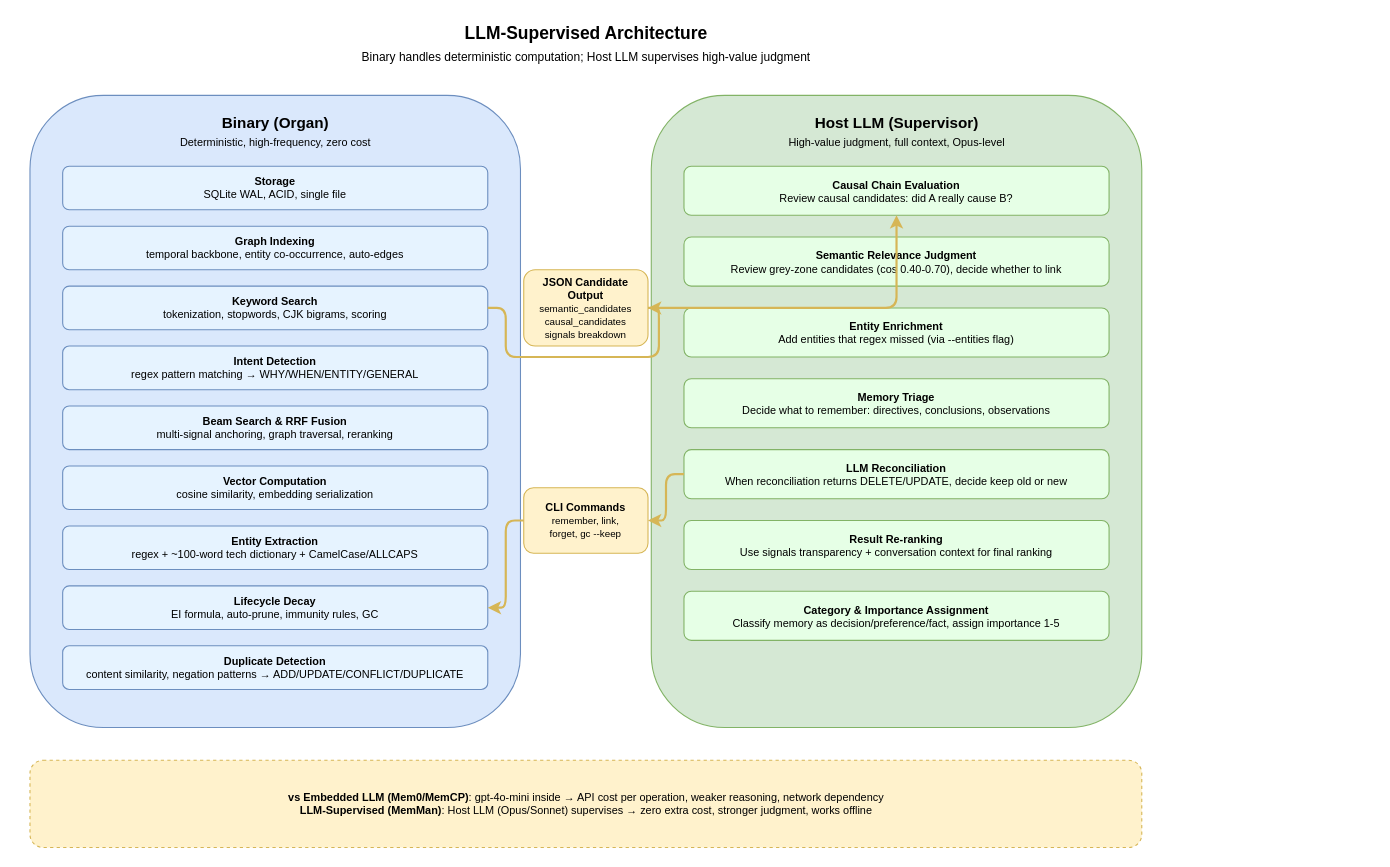
Earlier version of the draw.io diagram docs/diagrams/05-llm-supervised.drawio (bissli/memman). Source tidied: cells renumbered, new cells numbered last; positions are measured from the earlier drawing's top-left corner, leaving out a move shared by most shapes. Both pictures are drawn from the tidied source at 109%, with x=0, y=0 at pixel (29, 19).
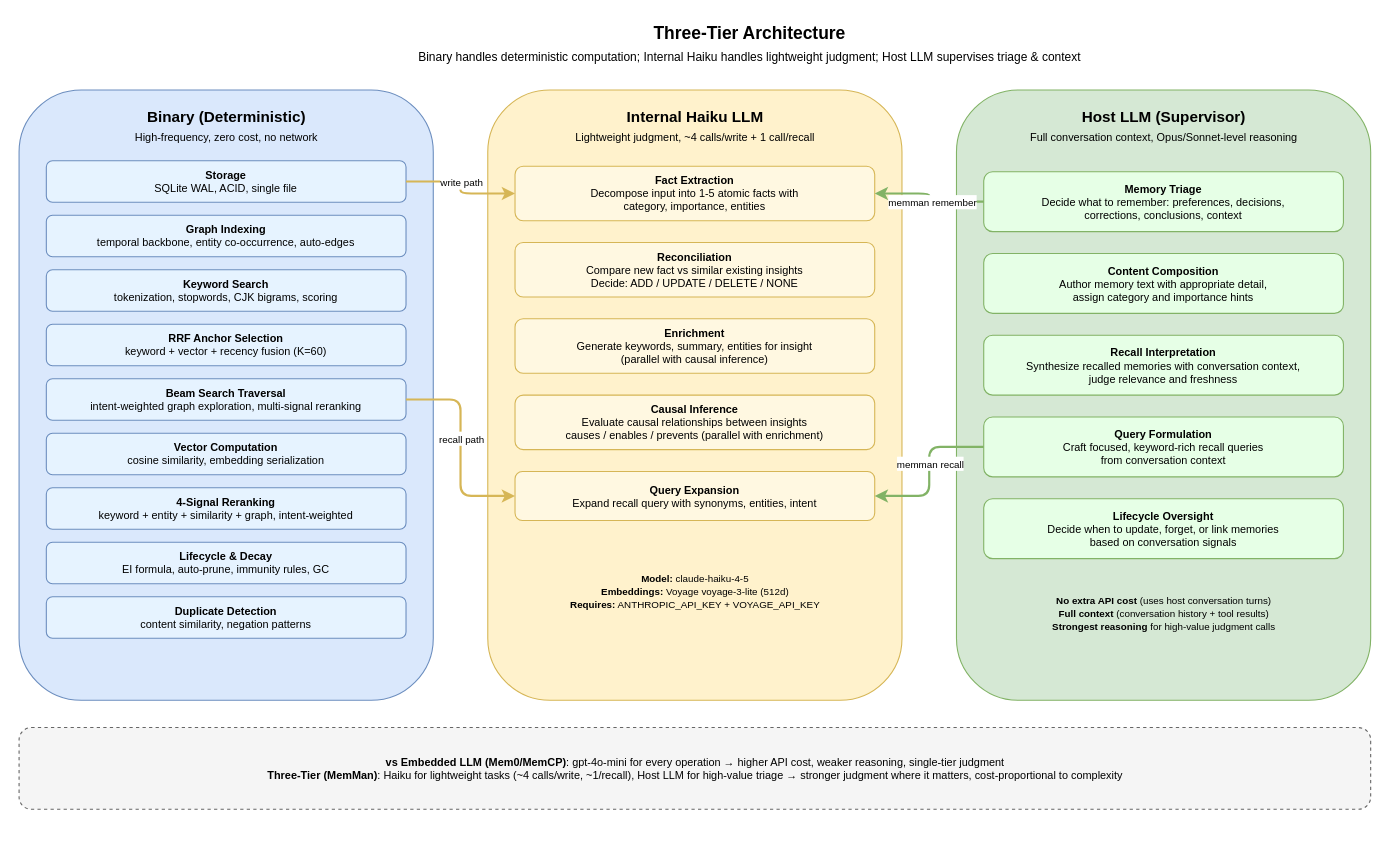
The same diagram, later.

Commit message (it also covers changes not shown here):
Update diagram output

Change to the diagram source:
```diff
@@
-    <mxCell id="2" value="&lt;b&gt;LLM-Supervised Architecture&lt;/b&gt;&lt;br&gt;&lt;font style=&quot;font-size:11px&quot;&gt;Binary handles deterministic computation; Host LLM supervises high-value judgment&lt;/font&gt;" style="text;html=1;align=center;verticalAlign=middle;fontSize=16;strokeColor=none;fillColor=none;" parent="1" vertex="1">
-      <mxGeometry x="210" width="600" height="45" as="geometry" />
-    </mxCell>
-    <mxCell id="3" style="rounded=1;whiteSpace=wrap;html=1;fillColor=#dae8fc;strokeColor=#6c8ebf;verticalAlign=top;fontSize=11;" parent="1" vertex="1">
-      <mxGeometry y="70" width="450" height="580" as="geometry" />
-    </mxCell>
-    <mxCell id="4" value="&lt;b&gt;Binary (Organ)&lt;/b&gt;&lt;br&gt;&lt;font style=&quot;font-size:10px&quot;&gt;Deterministic, high-frequency, zero cost&lt;/font&gt;" style="text;html=1;align=center;fontSize=14;fillColor=none;strokeColor=none;" parent="1" vertex="1">
-      <mxGeometry x="60" y="80" width="330" height="40" as="geometry" />
-    </mxCell>
+    <mxCell id="31" value="&lt;b&gt;Three-Tier Architecture&lt;/b&gt;&lt;br&gt;&lt;font style=&quot;font-size:11px&quot;&gt;Binary handles deterministic computation; Internal Haiku handles lightweight judgment; Host LLM supervises triage &amp;amp; context&lt;/font&gt;" style="text;html=1;align=center;verticalAlign=middle;fontSize=16;strokeColor=none;fillColor=none;" parent="1" vertex="1">
+      <mxGeometry x="110" width="1100" height="45" as="geometry" />
+    </mxCell>
+    <mxCell id="32" style="rounded=1;whiteSpace=wrap;html=1;fillColor=#dae8fc;strokeColor=#6c8ebf;verticalAlign=top;fontSize=11;" parent="1" vertex="1">
+      <mxGeometry x="-10" y="65" width="380" height="560" as="geometry" />
+    </mxCell>
+    <mxCell id="33" value="&lt;b&gt;Binary (Deterministic)&lt;/b&gt;&lt;br&gt;&lt;font style=&quot;font-size:10px&quot;&gt;High-frequency, zero cost, no network&lt;/font&gt;" style="text;html=1;align=center;fontSize=14;fillColor=none;strokeColor=none;" parent="1" vertex="1">
+      <mxGeometry x="15" y="75" width="330" height="40" as="geometry" />
+    </mxCell>
     <mxCell id="5" value="&lt;b&gt;Storage&lt;/b&gt;&lt;br&gt;SQLite WAL, ACID, single file" style="rounded=1;whiteSpace=wrap;html=1;fillColor=#E6F3FF;strokeColor=#6c8ebf;fontSize=10;" parent="1" vertex="1">
-      <mxGeometry x="30" y="135" width="390" height="40" as="geometry" />
+      <mxGeometry x="15" y="130" width="330" height="38" as="geometry" />
     </mxCell>
     <mxCell id="6" value="&lt;b&gt;Graph Indexing&lt;/b&gt;&lt;br&gt;temporal backbone, entity co-occurrence, auto-edges" style="rounded=1;whiteSpace=wrap;html=1;fillColor=#E6F3FF;strokeColor=#6c8ebf;fontSize=10;" parent="1" vertex="1">
-      <mxGeometry x="30" y="190" width="390" height="40" as="geometry" />
+      <mxGeometry x="15" y="180" width="330" height="38" as="geometry" />
     </mxCell>
     <mxCell id="7" value="&lt;b&gt;Keyword Search&lt;/b&gt;&lt;br&gt;tokenization, stopwords, CJK bigrams, scoring" style="rounded=1;whiteSpace=wrap;html=1;fillColor=#E6F3FF;strokeColor=#6c8ebf;fontSize=10;" parent="1" vertex="1">
-      <mxGeometry x="30" y="245" width="390" height="40" as="geometry" />
+      <mxGeometry x="15" y="230" width="330" height="38" as="geometry" />
     </mxCell>
-    <mxCell id="8" value="&lt;b&gt;Intent Detection&lt;/b&gt;&lt;br&gt;regex pattern matching → WHY/WHEN/ENTITY/GENERAL" style="rounded=1;whiteSpace=wrap;html=1;fillColor=#E6F3FF;strokeColor=#6c8ebf;fontSize=10;" parent="1" vertex="1">
-      <mxGeometry x="30" y="300" width="390" height="40" as="geometry" />
-    </mxCell>
-    <mxCell id="9" value="&lt;b&gt;Beam Search &amp; RRF Fusion&lt;/b&gt;&lt;br&gt;multi-signal anchoring, graph traversal, reranking" style="rounded=1;whiteSpace=wrap;html=1;fillColor=#E6F3FF;strokeColor=#6c8ebf;fontSize=10;" parent="1" vertex="1">
-      <mxGeometry x="30" y="355" width="390" height="40" as="geometry" />
-    </mxCell>
+    <mxCell id="34" value="&lt;b&gt;RRF Anchor Selection&lt;/b&gt;&lt;br&gt;keyword + vector + recency fusion (K=60)" style="rounded=1;whiteSpace=wrap;html=1;fillColor=#E6F3FF;strokeColor=#6c8ebf;fontSize=10;" parent="1" vertex="1">
+      <mxGeometry x="15" y="280" width="330" height="38" as="geometry" />
+    </mxCell>
+    <mxCell id="35" value="&lt;b&gt;Beam Search Traversal&lt;/b&gt;&lt;br&gt;intent-weighted graph exploration, multi-signal reranking" style="rounded=1;whiteSpace=wrap;html=1;fillColor=#E6F3FF;strokeColor=#6c8ebf;fontSize=10;" parent="1" vertex="1">
+      <mxGeometry x="15" y="330" width="330" height="38" as="geometry" />
+    </mxCell>
     <mxCell id="10" value="&lt;b&gt;Vector Computation&lt;/b&gt;&lt;br&gt;cosine similarity, embedding serialization" style="rounded=1;whiteSpace=wrap;html=1;fillColor=#E6F3FF;strokeColor=#6c8ebf;fontSize=10;" parent="1" vertex="1">
-      <mxGeometry x="30" y="410" width="390" height="40" as="geometry" />
+      <mxGeometry x="15" y="380" width="330" height="38" as="geometry" />
     </mxCell>
-    <mxCell id="11" value="&lt;b&gt;Entity Extraction&lt;/b&gt;&lt;br&gt;regex + ~100-word tech dictionary + CamelCase/ALLCAPS" style="rounded=1;whiteSpace=wrap;html=1;fillColor=#E6F3FF;strokeColor=#6c8ebf;fontSize=10;" parent="1" vertex="1">
-      <mxGeometry x="30" y="465" width="390" height="40" as="geometry" />
-    </mxCell>
-    <mxCell id="12" value="&lt;b&gt;Lifecycle Decay&lt;/b&gt;&lt;br&gt;EI formula, auto-prune, immunity rules, GC" style="rounded=1;whiteSpace=wrap;html=1;fillColor=#E6F3FF;strokeColor=#6c8ebf;fontSize=10;" parent="1" vertex="1">
-      <mxGeometry x="30" y="520" width="390" height="40" as="geometry" />
-    </mxCell>
-    <mxCell id="13" value="&lt;b&gt;Duplicate Detection&lt;/b&gt;&lt;br&gt;content similarity, negation patterns → ADD/UPDATE/CONFLICT/DUPLICATE" style="rounded=1;whiteSpace=wrap;html=1;fillColor=#E6F3FF;strokeColor=#6c8ebf;fontSize=10;" parent="1" vertex="1">
-      <mxGeometry x="30" y="575" width="390" height="40" as="geometry" />
-    </mxCell>
-    <mxCell id="14" style="rounded=1;whiteSpace=wrap;html=1;fillColor=#d5e8d4;strokeColor=#82b366;verticalAlign=top;fontSize=11;" parent="1" vertex="1">
-      <mxGeometry x="570" y="70" width="450" height="580" as="geometry" />
-    </mxCell>
-    <mxCell id="15" value="&lt;b&gt;Host LLM (Supervisor)&lt;/b&gt;&lt;br&gt;&lt;font style=&quot;font-size:10px&quot;&gt;High-value judgment, full context, Opus-level&lt;/font&gt;" style="text;html=1;align=center;fontSize=14;fillColor=none;strokeColor=none;" parent="1" vertex="1">
-      <mxGeometry x="630" y="80" width="330" height="40" as="geometry" />
-    </mxCell>
-    <mxCell id="16" value="&lt;b&gt;Causal Chain Evaluation&lt;/b&gt;&lt;br&gt;Review causal candidates: did A really cause B?" style="rounded=1;whiteSpace=wrap;html=1;fillColor=#E6FFE6;strokeColor=#82b366;fontSize=10;" parent="1" vertex="1">
-      <mxGeometry x="600" y="135" width="390" height="45" as="geometry" />
-    </mxCell>
-    <mxCell id="17" value="&lt;b&gt;Semantic Relevance Judgment&lt;/b&gt;&lt;br&gt;Review grey-zone candidates (cos 0.40-0.70), decide whether to link" style="rounded=1;whiteSpace=wrap;html=1;fillColor=#E6FFE6;strokeColor=#82b366;fontSize=10;" parent="1" vertex="1">
-      <mxGeometry x="600" y="200" width="390" height="45" as="geometry" />
-    </mxCell>
-    <mxCell id="18" value="&lt;b&gt;Entity Enrichment&lt;/b&gt;&lt;br&gt;Add entities that regex missed (via --entities flag)" style="rounded=1;whiteSpace=wrap;html=1;fillColor=#E6FFE6;strokeColor=#82b366;fontSize=10;" parent="1" vertex="1">
-      <mxGeometry x="600" y="265" width="390" height="45" as="geometry" />
-    </mxCell>
-    <mxCell id="19" value="&lt;b&gt;Memory Triage&lt;/b&gt;&lt;br&gt;Decide what to remember: directives, conclusions, observations" style="rounded=1;whiteSpace=wrap;html=1;fillColor=#E6FFE6;strokeColor=#82b366;fontSize=10;" parent="1" vertex="1">
-      <mxGeometry x="600" y="330" width="390" height="45" as="geometry" />
-    </mxCell>
-    <mxCell id="20" value="&lt;b&gt;LLM Reconciliation&lt;/b&gt;&lt;br&gt;When reconciliation returns DELETE/UPDATE, decide keep old or new" style="rounded=1;whiteSpace=wrap;html=1;fillColor=#E6FFE6;strokeColor=#82b366;fontSize=10;" parent="1" vertex="1">
-      <mxGeometry x="600" y="395" width="390" height="45" as="geometry" />
-    </mxCell>
-    <mxCell id="21" value="&lt;b&gt;Result Re-ranking&lt;/b&gt;&lt;br&gt;Use signals transparency + conversation context for final ranking" style="rounded=1;whiteSpace=wrap;html=1;fillColor=#E6FFE6;strokeColor=#82b366;fontSize=10;" parent="1" vertex="1">
-      <mxGeometry x="600" y="460" width="390" height="45" as="geometry" />
-    </mxCell>
-    <mxCell id="22" value="&lt;b&gt;Category &amp; Importance Assignment&lt;/b&gt;&lt;br&gt;Classify memory as decision/preference/fact, assign importance 1-5" style="rounded=1;whiteSpace=wrap;html=1;fillColor=#E6FFE6;strokeColor=#82b366;fontSize=10;" parent="1" vertex="1">
-      <mxGeometry x="600" y="525" width="390" height="45" as="geometry" />
-    </mxCell>
-    <mxCell id="23" value="&lt;b&gt;JSON Candidate Output&lt;/b&gt;&lt;br&gt;&lt;font style=&quot;font-size:9px&quot;&gt;semantic_candidates&lt;br&gt;causal_candidates&lt;br&gt;signals breakdown&lt;/font&gt;" style="rounded=1;whiteSpace=wrap;html=1;fillColor=#fff2cc;strokeColor=#d6b656;fontSize=10;" parent="1" vertex="1">
-      <mxGeometry x="453" y="230" width="114" height="70" as="geometry" />
-    </mxCell>
-    <mxCell id="24" style="edgeStyle=orthogonalEdgeStyle;rounded=1;strokeColor=#d6b656;strokeWidth=2;" parent="1" edge="1" source="23" target="16">
-      <mxGeometry relative="1" as="geometry" />
-    </mxCell>
-    <mxCell id="25" style="edgeStyle=orthogonalEdgeStyle;rounded=1;strokeColor=#d6b656;strokeWidth=2;entryX=1;entryY=0.5;entryDx=0;entryDy=0;" parent="1" edge="1" source="7" target="23">
-      <mxGeometry relative="1" as="geometry" />
-    </mxCell>
-    <mxCell id="26" value="&lt;b&gt;CLI Commands&lt;/b&gt;&lt;br&gt;&lt;font style=&quot;font-size:9px&quot;&gt;remember, link,&lt;br&gt;forget, gc --keep&lt;/font&gt;" style="rounded=1;whiteSpace=wrap;html=1;fillColor=#fff2cc;strokeColor=#d6b656;fontSize=10;" parent="1" vertex="1">
-      <mxGeometry x="453" y="430" width="114" height="60" as="geometry" />
-    </mxCell>
-    <mxCell id="27" style="edgeStyle=orthogonalEdgeStyle;rounded=1;strokeColor=#d6b656;strokeWidth=2;" parent="1" edge="1" source="20" target="26">
-      <mxGeometry relative="1" as="geometry" />
-    </mxCell>
-    <mxCell id="28" style="edgeStyle=orthogonalEdgeStyle;rounded=1;strokeColor=#d6b656;strokeWidth=2;entryX=1;entryY=0.5;entryDx=0;entryDy=0;" parent="1" edge="1" source="26" target="12">
-      <mxGeometry relative="1" as="geometry" />
-    </mxCell>
-    <mxCell id="29" style="rounded=1;whiteSpace=wrap;html=1;fillColor=#fff2cc;strokeColor=#d6b656;dashed=1;" parent="1" vertex="1">
-      <mxGeometry y="680" width="1020" height="80" as="geometry" />
-    </mxCell>
-    <mxCell id="30" value="&lt;b&gt;vs Embedded LLM (Mem0/MemCP)&lt;/b&gt;: gpt-4o-mini inside → API cost per operation, weaker reasoning, network dependency&lt;br&gt;&lt;b&gt;LLM-Supervised (MemMan)&lt;/b&gt;: Host LLM (Opus/Sonnet) supervises → zero extra cost, stronger judgment, works offline" style="text;html=1;align=center;fontSize=10;fillColor=none;strokeColor=none;verticalAlign=middle;" parent="1" vertex="1">
-      <mxGeometry x="20" y="690" width="980" height="60" as="geometry" />
-    </mxCell>
+    <mxCell id="36" value="&lt;b&gt;4-Signal Reranking&lt;/b&gt;&lt;br&gt;keyword + entity + similarity + graph, intent-weighted" style="rounded=1;whiteSpace=wrap;html=1;fillColor=#E6F3FF;strokeColor=#6c8ebf;fontSize=10;" parent="1" vertex="1">
+      <mxGeometry x="15" y="430" width="330" height="38" as="geometry" />
+    </mxCell>
+    <mxCell id="37" value="&lt;b&gt;Lifecycle &amp;amp; Decay&lt;/b&gt;&lt;br&gt;EI formula, auto-prune, immunity rules, GC" style="rounded=1;whiteSpace=wrap;html=1;fillColor=#E6F3FF;strokeColor=#6c8ebf;fontSize=10;" parent="1" vertex="1">
+      <mxGeometry x="15" y="480" width="330" height="38" as="geometry" />
+    </mxCell>
+    <mxCell id="38" value="&lt;b&gt;Duplicate Detection&lt;/b&gt;&lt;br&gt;content similarity, negation patterns" style="rounded=1;whiteSpace=wrap;html=1;fillColor=#E6F3FF;strokeColor=#6c8ebf;fontSize=10;" parent="1" vertex="1">
+      <mxGeometry x="15" y="530" width="330" height="38" as="geometry" />
+    </mxCell>
+    <mxCell id="39" style="rounded=1;whiteSpace=wrap;html=1;fillColor=#fff2cc;strokeColor=#d6b656;verticalAlign=top;fontSize=11;" parent="1" vertex="1">
+      <mxGeometry x="420" y="65" width="380" height="560" as="geometry" />
+    </mxCell>
+    <mxCell id="40" value="&lt;b&gt;Internal Haiku LLM&lt;/b&gt;&lt;br&gt;&lt;font style=&quot;font-size:10px&quot;&gt;Lightweight judgment, ~4 calls/write + 1 call/recall&lt;/font&gt;" style="text;html=1;align=center;fontSize=14;fillColor=none;strokeColor=none;" parent="1" vertex="1">
+      <mxGeometry x="445" y="75" width="330" height="40" as="geometry" />
+    </mxCell>
+    <mxCell id="41" value="&lt;b&gt;Fact Extraction&lt;/b&gt;&lt;br&gt;Decompose input into 1-5 atomic facts with&lt;br&gt;category, importance, entities" style="rounded=1;whiteSpace=wrap;html=1;fillColor=#FFF8E1;strokeColor=#d6b656;fontSize=10;" parent="1" vertex="1">
+      <mxGeometry x="445" y="135" width="330" height="50" as="geometry" />
+    </mxCell>
+    <mxCell id="42" value="&lt;b&gt;Reconciliation&lt;/b&gt;&lt;br&gt;Compare new fact vs similar existing insights&lt;br&gt;Decide: ADD / UPDATE / DELETE / NONE" style="rounded=1;whiteSpace=wrap;html=1;fillColor=#FFF8E1;strokeColor=#d6b656;fontSize=10;" parent="1" vertex="1">
+      <mxGeometry x="445" y="205" width="330" height="50" as="geometry" />
+    </mxCell>
+    <mxCell id="43" value="&lt;b&gt;Enrichment&lt;/b&gt;&lt;br&gt;Generate keywords, summary, entities for insight&lt;br&gt;(parallel with causal inference)" style="rounded=1;whiteSpace=wrap;html=1;fillColor=#FFF8E1;strokeColor=#d6b656;fontSize=10;" parent="1" vertex="1">
+      <mxGeometry x="445" y="275" width="330" height="50" as="geometry" />
+    </mxCell>
+    <mxCell id="44" value="&lt;b&gt;Causal Inference&lt;/b&gt;&lt;br&gt;Evaluate causal relationships between insights&lt;br&gt;causes / enables / prevents (parallel with enrichment)" style="rounded=1;whiteSpace=wrap;html=1;fillColor=#FFF8E1;strokeColor=#d6b656;fontSize=10;" parent="1" vertex="1">
+      <mxGeometry x="445" y="345" width="330" height="50" as="geometry" />
+    </mxCell>
+    <mxCell id="45" value="&lt;b&gt;Query Expansion&lt;/b&gt;&lt;br&gt;Expand recall query with synonyms, entities, intent" style="rounded=1;whiteSpace=wrap;html=1;fillColor=#FFF8E1;strokeColor=#d6b656;fontSize=10;" parent="1" vertex="1">
+      <mxGeometry x="445" y="415" width="330" height="45" as="geometry" />
+    </mxCell>
+    <mxCell id="46" value="&lt;font style=&quot;font-size:9px&quot;&gt;&lt;b&gt;Model:&lt;/b&gt; claude-haiku-4-5&lt;br&gt;&lt;b&gt;Embeddings:&lt;/b&gt; Voyage voyage-3-lite (512d)&lt;br&gt;&lt;b&gt;Requires:&lt;/b&gt; ANTHROPIC_API_KEY + VOYAGE_API_KEY&lt;/font&gt;" style="text;html=1;align=center;fontSize=10;fillColor=none;strokeColor=none;verticalAlign=middle;" parent="1" vertex="1">
+      <mxGeometry x="460" y="500" width="300" height="50" as="geometry" />
+    </mxCell>
+    <mxCell id="47" style="rounded=1;whiteSpace=wrap;html=1;fillColor=#d5e8d4;strokeColor=#82b366;verticalAlign=top;fontSize=11;" parent="1" vertex="1">
+      <mxGeometry x="850" y="65" width="380" height="560" as="geometry" />
+    </mxCell>
+    <mxCell id="48" value="&lt;b&gt;Host LLM (Supervisor)&lt;/b&gt;&lt;br&gt;&lt;font style=&quot;font-size:10px&quot;&gt;Full conversation context, Opus/Sonnet-level reasoning&lt;/font&gt;" style="text;html=1;align=center;fontSize=14;fillColor=none;strokeColor=none;" parent="1" vertex="1">
+      <mxGeometry x="875" y="75" width="330" height="40" as="geometry" />
+    </mxCell>
+    <mxCell id="49" value="&lt;b&gt;Memory Triage&lt;/b&gt;&lt;br&gt;Decide what to remember: preferences, decisions,&lt;br&gt;corrections, conclusions, context" style="rounded=1;whiteSpace=wrap;html=1;fillColor=#E6FFE6;strokeColor=#82b366;fontSize=10;" parent="1" vertex="1">
+      <mxGeometry x="875" y="140" width="330" height="55" as="geometry" />
+    </mxCell>
+    <mxCell id="50" value="&lt;b&gt;Content Composition&lt;/b&gt;&lt;br&gt;Author memory text with appropriate detail,&lt;br&gt;assign category and importance hints" style="rounded=1;whiteSpace=wrap;html=1;fillColor=#E6FFE6;strokeColor=#82b366;fontSize=10;" parent="1" vertex="1">
+      <mxGeometry x="875" y="215" width="330" height="55" as="geometry" />
+    </mxCell>
+    <mxCell id="51" value="&lt;b&gt;Recall Interpretation&lt;/b&gt;&lt;br&gt;Synthesize recalled memories with conversation context,&lt;br&gt;judge relevance and freshness" style="rounded=1;whiteSpace=wrap;html=1;fillColor=#E6FFE6;strokeColor=#82b366;fontSize=10;" parent="1" vertex="1">
+      <mxGeometry x="875" y="290" width="330" height="55" as="geometry" />
+    </mxCell>
+    <mxCell id="52" value="&lt;b&gt;Query Formulation&lt;/b&gt;&lt;br&gt;Craft focused, keyword-rich recall queries&lt;br&gt;from conversation context" style="rounded=1;whiteSpace=wrap;html=1;fillColor=#E6FFE6;strokeColor=#82b366;fontSize=10;" parent="1" vertex="1">
+      <mxGeometry x="875" y="365" width="330" height="55" as="geometry" />
+    </mxCell>
+    <mxCell id="53" value="&lt;b&gt;Lifecycle Oversight&lt;/b&gt;&lt;br&gt;Decide when to update, forget, or link memories&lt;br&gt;based on conversation signals" style="rounded=1;whiteSpace=wrap;html=1;fillColor=#E6FFE6;strokeColor=#82b366;fontSize=10;" parent="1" vertex="1">
+      <mxGeometry x="875" y="440" width="330" height="55" as="geometry" />
+    </mxCell>
+    <mxCell id="54" value="&lt;font style=&quot;font-size:9px&quot;&gt;&lt;b&gt;No extra API cost&lt;/b&gt; (uses host conversation turns)&lt;br&gt;&lt;b&gt;Full context&lt;/b&gt; (conversation history + tool results)&lt;br&gt;&lt;b&gt;Strongest reasoning&lt;/b&gt; for high-value judgment calls&lt;/font&gt;" style="text;html=1;align=center;fontSize=10;fillColor=none;strokeColor=none;verticalAlign=middle;" parent="1" vertex="1">
+      <mxGeometry x="890" y="520" width="300" height="50" as="geometry" />
+    </mxCell>
+    <mxCell id="55" style="edgeStyle=orthogonalEdgeStyle;rounded=1;strokeColor=#d6b656;strokeWidth=2;exitX=1;exitY=0.5;exitDx=0;exitDy=0;entryX=0;entryY=0.5;entryDx=0;entryDy=0;" parent="1" edge="1" source="5" target="41">
+      <mxGeometry relative="1" as="geometry" />
+    </mxCell>
+    <mxCell id="56" value="&lt;font style=&quot;font-size:9px&quot;&gt;write path&lt;/font&gt;" style="edgeLabel;html=1;align=center;verticalAlign=middle;" parent="55" vertex="1">
+      <mxGeometry x="-0.1" relative="1" as="geometry" />
+    </mxCell>
+    <mxCell id="57" style="edgeStyle=orthogonalEdgeStyle;rounded=1;strokeColor=#d6b656;strokeWidth=2;exitX=1;exitY=0.5;exitDx=0;exitDy=0;entryX=0;entryY=0.5;entryDx=0;entryDy=0;" parent="1" edge="1" source="35" target="45">
+      <mxGeometry relative="1" as="geometry" />
+    </mxCell>
+    <mxCell id="58" value="&lt;font style=&quot;font-size:9px&quot;&gt;recall path&lt;/font&gt;" style="edgeLabel;html=1;align=center;verticalAlign=middle;" parent="57" vertex="1">
+      <mxGeometry x="-0.1" relative="1" as="geometry" />
+    </mxCell>
+    <mxCell id="59" style="edgeStyle=orthogonalEdgeStyle;rounded=1;strokeColor=#82b366;strokeWidth=2;exitX=0;exitY=0.5;exitDx=0;exitDy=0;entryX=1;entryY=0.5;entryDx=0;entryDy=0;" parent="1" edge="1" source="49" target="41">
+      <mxGeometry relative="1" as="geometry" />
+    </mxCell>
+    <mxCell id="60" value="&lt;font style=&quot;font-size:9px&quot;&gt;memman remember&lt;/font&gt;" style="edgeLabel;html=1;align=center;verticalAlign=middle;" parent="59" vertex="1">
+      <mxGeometry x="-0.1" relative="1" as="geometry" />
+    </mxCell>
+    <mxCell id="61" style="edgeStyle=orthogonalEdgeStyle;rounded=1;strokeColor=#82b366;strokeWidth=2;exitX=0;exitY=0.5;exitDx=0;exitDy=0;entryX=1;entryY=0.5;entryDx=0;entryDy=0;" parent="1" edge="1" source="52" target="45">
+      <mxGeometry relative="1" as="geometry" />
+    </mxCell>
+    <mxCell id="62" value="&lt;font style=&quot;font-size:9px&quot;&gt;memman recall&lt;/font&gt;" style="edgeLabel;html=1;align=center;verticalAlign=middle;" parent="61" vertex="1">
+      <mxGeometry x="-0.1" relative="1" as="geometry" />
+    </mxCell>
+    <mxCell id="63" style="rounded=1;whiteSpace=wrap;html=1;fillColor=#f5f5f5;strokeColor=#666666;dashed=1;" parent="1" vertex="1">
+      <mxGeometry x="-10" y="650" width="1240" height="75" as="geometry" />
+    </mxCell>
+    <mxCell id="64" value="&lt;b&gt;vs Embedded LLM (Mem0/MemCP)&lt;/b&gt;: gpt-4o-mini for every operation &amp;rarr; higher API cost, weaker reasoning, single-tier judgment&lt;br&gt;&lt;b&gt;Three-Tier (MemMan)&lt;/b&gt;: Haiku for lightweight tasks (~4 calls/write, ~1/recall), Host LLM for high-value triage &amp;rarr; stronger judgment where it matters, cost-proportional to complexity" style="text;html=1;align=center;fontSize=10;fillColor=none;strokeColor=none;verticalAlign=middle;" parent="1" vertex="1">
+      <mxGeometry x="10" y="658" width="1200" height="60" as="geometry" />
+    </mxCell>
```
